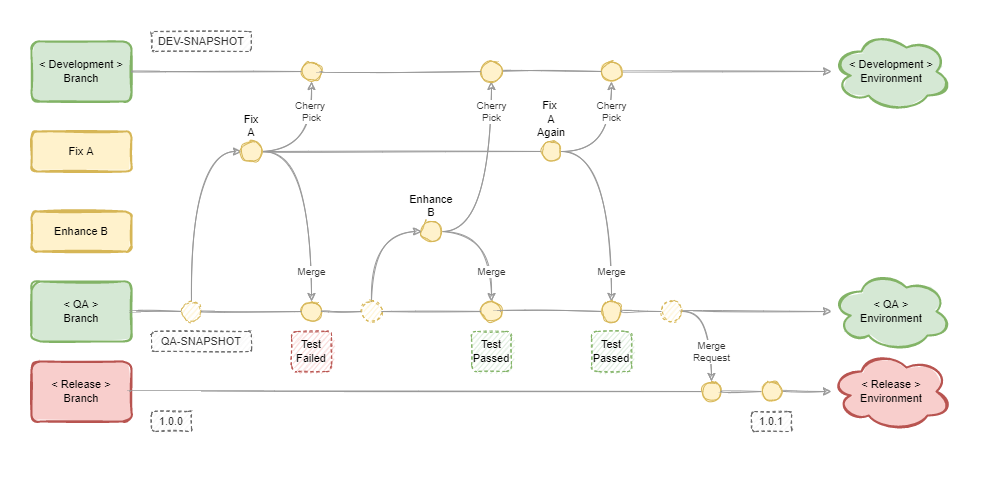
Above: gitlab-flow-03-release-example.drawio.png in andylke/docs-gitlab-flow (draw.io), before the change. Source tidied: cells renumbered, new cells last; positions are measured from the earlier drawing's top-left corner, leaving out a move shared by most shapes.
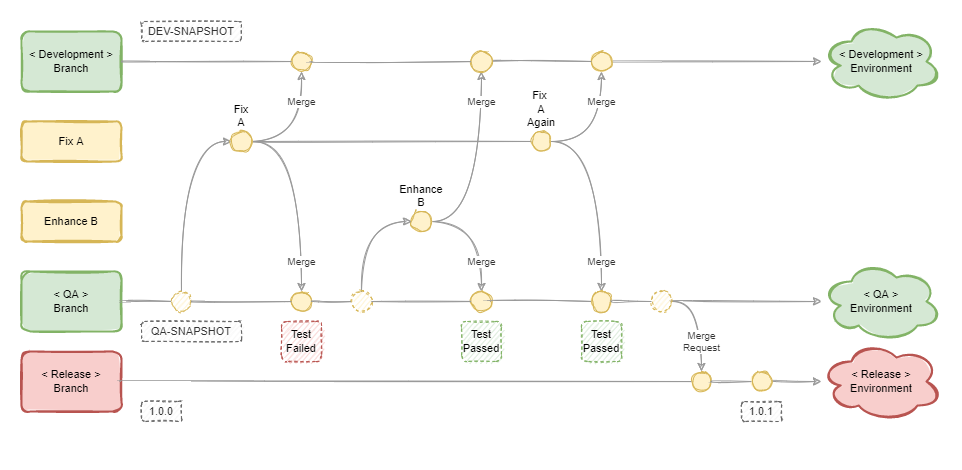
The same diagram one commit later.

What changed in the source:
```diff
@@ -41,7 +41,7 @@
     <mxCell id="14" style="edgeStyle=orthogonalEdgeStyle;curved=1;sketch=1;jettySize=auto;html=1;exitX=1;exitY=0.5;exitDx=0;exitDy=0;entryX=0;entryY=0.5;entryDx=0;entryDy=0;endArrow=none;endFill=0;strokeColor=#999999;fontSize=11;" parent="1" edge="1" source="16" target="37">
       <mxGeometry relative="1" as="geometry" />
     </mxCell>
-    <mxCell id="15" value="Cherry &lt;br style=&quot;font-size: 10px;&quot;&gt;Pick" style="edgeStyle=orthogonalEdgeStyle;curved=1;sketch=1;jettySize=auto;html=1;exitX=1;exitY=0.5;exitDx=0;exitDy=0;entryX=0.5;entryY=1;entryDx=0;entryDy=0;endArrow=classic;endFill=1;strokeColor=#999999;fontSize=10;fontColor=#333333;" parent="1" edge="1" source="16" target="42">
+    <mxCell id="15" value="Merge" style="edgeStyle=orthogonalEdgeStyle;curved=1;sketch=1;jettySize=auto;html=1;exitX=1;exitY=0.5;exitDx=0;exitDy=0;entryX=0.5;entryY=1;entryDx=0;entryDy=0;endArrow=classic;endFill=1;strokeColor=#999999;fontSize=10;fontColor=#333333;" parent="1" edge="1" source="16" target="42">
       <mxGeometry x="0.5" relative="1" as="geometry" />
     </mxCell>
     <mxCell id="16" value="Fix A" style="ellipse;whiteSpace=wrap;html=1;labelPosition=center;verticalLabelPosition=top;align=center;verticalAlign=bottom;sketch=1;fillColor=#fff2cc;strokeColor=#d6b656;fillStyle=solid;fontSize=11;" parent="1" vertex="1">
@@ -71,7 +71,7 @@
     <mxCell id="23" value="Merge" style="edgeStyle=orthogonalEdgeStyle;curved=1;sketch=1;jettySize=auto;html=1;exitX=1;exitY=0.5;exitDx=0;exitDy=0;endArrow=classic;endFill=1;strokeColor=#999999;fontSize=10;fontColor=#333333;" parent="1" edge="1" source="25" target="33">
       <mxGeometry x="0.5" relative="1" as="geometry" />
     </mxCell>
-    <mxCell id="24" value="Cherry&lt;br style=&quot;font-size: 10px;&quot;&gt;Pick" style="edgeStyle=orthogonalEdgeStyle;curved=1;sketch=1;jettySize=auto;html=1;exitX=1;exitY=0.5;exitDx=0;exitDy=0;entryX=0.5;entryY=1;entryDx=0;entryDy=0;endArrow=classic;endFill=1;strokeColor=#999999;fontSize=10;fontColor=#333333;" parent="1" edge="1" source="25" target="46">
+    <mxCell id="24" value="Merge" style="edgeStyle=orthogonalEdgeStyle;curved=1;sketch=1;jettySize=auto;html=1;exitX=1;exitY=0.5;exitDx=0;exitDy=0;entryX=0.5;entryY=1;entryDx=0;entryDy=0;endArrow=classic;endFill=1;strokeColor=#999999;fontSize=10;fontColor=#333333;" parent="1" edge="1" source="25" target="46">
       <mxGeometry x="0.7" relative="1" as="geometry" />
     </mxCell>
     <mxCell id="25" value="Enhance B" style="ellipse;whiteSpace=wrap;html=1;sketch=1;fillColor=#fff2cc;strokeColor=#d6b656;fillStyle=solid;labelPosition=center;verticalLabelPosition=top;align=center;verticalAlign=bottom;fontSize=11;" parent="1" vertex="1">
@@ -107,7 +107,7 @@
     <mxCell id="35" value="Merge" style="edgeStyle=orthogonalEdgeStyle;curved=1;sketch=1;jettySize=auto;html=1;exitX=1;exitY=0.5;exitDx=0;exitDy=0;entryX=0.5;entryY=0;entryDx=0;entryDy=0;endArrow=classic;endFill=1;strokeColor=#999999;fontSize=10;fontColor=#333333;" parent="1" edge="1" source="37" target="38">
       <mxGeometry x="0.7" relative="1" as="geometry" />
     </mxCell>
-    <mxCell id="36" value="Cherry&lt;br&gt;Pick" style="edgeStyle=orthogonalEdgeStyle;curved=1;sketch=1;jettySize=auto;html=1;exitX=1;exitY=0.5;exitDx=0;exitDy=0;entryX=0.5;entryY=1;entryDx=0;entryDy=0;endArrow=classic;endFill=1;strokeColor=#999999;fontSize=10;fontColor=#333333;" parent="1" edge="1" source="37" target="44">
+    <mxCell id="36" value="Merge" style="edgeStyle=orthogonalEdgeStyle;curved=1;sketch=1;jettySize=auto;html=1;exitX=1;exitY=0.5;exitDx=0;exitDy=0;entryX=0.5;entryY=1;entryDx=0;entryDy=0;endArrow=classic;endFill=1;strokeColor=#999999;fontSize=10;fontColor=#333333;" parent="1" edge="1" source="37" target="44">
       <mxGeometry x="0.5" relative="1" as="geometry" />
     </mxCell>
     <mxCell id="37" value="Fix &lt;br style=&quot;font-size: 11px;&quot;&gt;A Again" style="ellipse;whiteSpace=wrap;html=1;labelPosition=center;verticalLabelPosition=top;align=center;verticalAlign=bottom;sketch=1;fillColor=#fff2cc;strokeColor=#d6b656;fillStyle=solid;fontSize=11;" parent="1" vertex="1">
```
